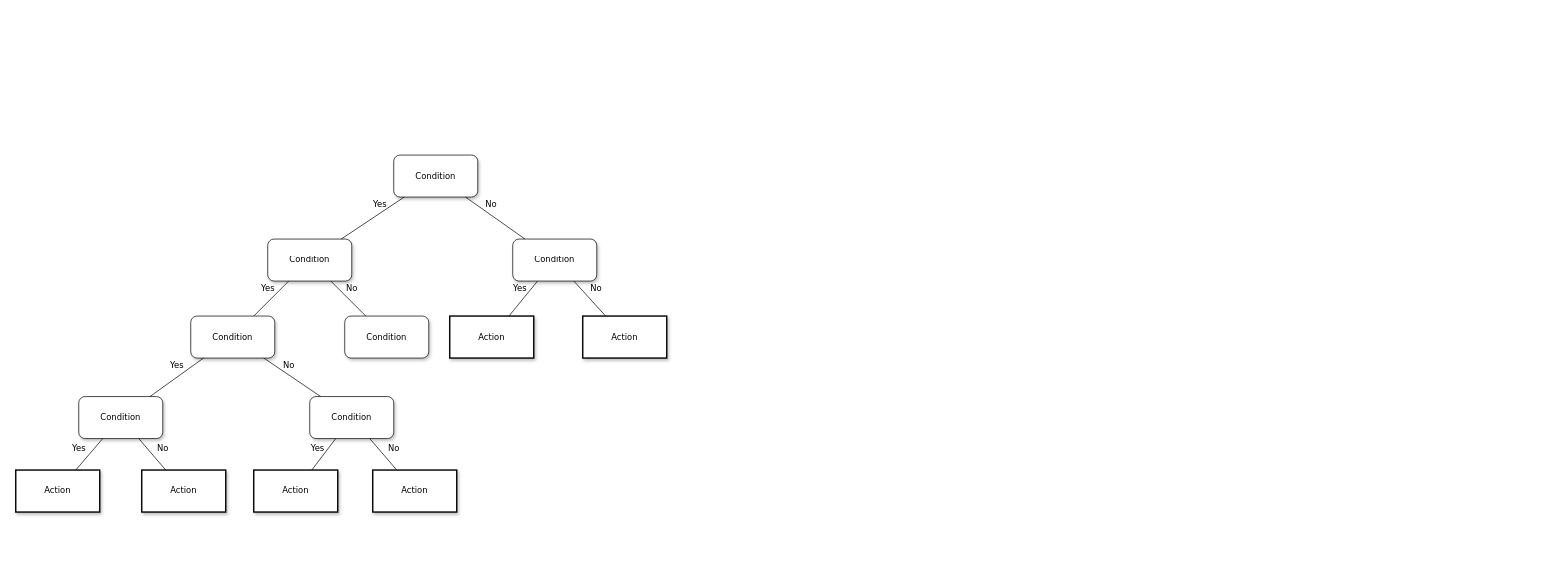
Earlier version of the draw.io diagram 未命名绘图.drawio (gaochuwuhan/algorithm). Source tidied: cells renumbered, new cells numbered last; positions are measured from the earlier drawing's top-left corner, leaving out a move shared by most shapes. Both pictures are drawn from the tidied source at 70%, with x=0, y=0 at pixel (15, 155).
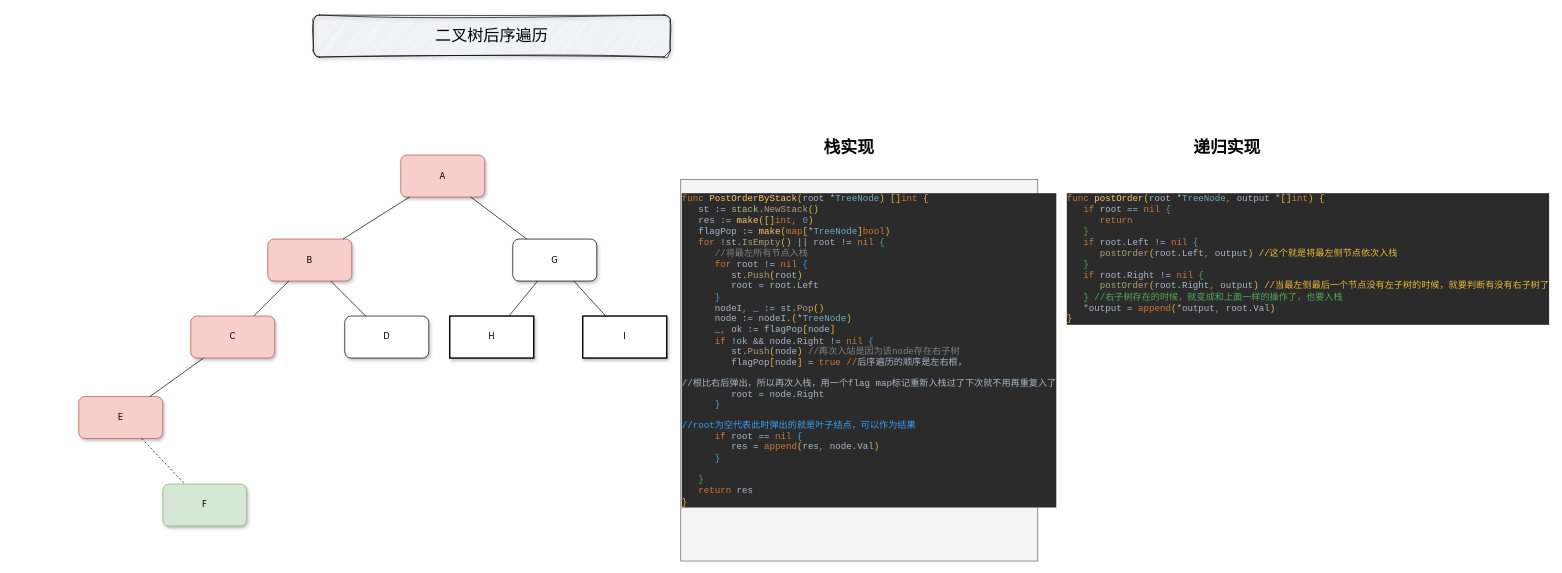
Above is the later version.

Commit message:
更新后序遍历.drawio

Change to the diagram source:
```diff
@@
-    <mxCell id="2" value="Condition" style="whiteSpace=wrap;html=1;rounded=1;shadow=1;labelBackgroundColor=none;strokeWidth=1;fontFamily=Verdana;fontSize=12;align=center;" parent="1" vertex="1">
-      <mxGeometry x="540" width="120" height="60" as="geometry" />
+    <mxCell id="2" value="A" style="whiteSpace=wrap;html=1;rounded=1;shadow=1;labelBackgroundColor=none;strokeWidth=1;fontFamily=Verdana;fontSize=12;align=center;fillColor=#f8cecc;strokeColor=#b85450;" parent="1" vertex="1">
+      <mxGeometry x="550" width="120" height="60" as="geometry" />
     </mxCell>
-    <mxCell id="3" value="&lt;span&gt;Condition&lt;/span&gt;" style="whiteSpace=wrap;html=1;rounded=1;shadow=1;labelBackgroundColor=none;strokeWidth=1;fontFamily=Verdana;fontSize=12;align=center;" parent="1" vertex="1">
+    <mxCell id="3" value="&lt;span&gt;B&lt;/span&gt;" style="whiteSpace=wrap;html=1;rounded=1;shadow=1;labelBackgroundColor=none;strokeWidth=1;fontFamily=Verdana;fontSize=12;align=center;fillColor=#f8cecc;strokeColor=#b85450;" parent="1" vertex="1">
       <mxGeometry x="360" y="120" width="120" height="60" as="geometry" />
     </mxCell>
-    <mxCell id="4" value="&lt;span&gt;Condition&lt;/span&gt;" style="whiteSpace=wrap;html=1;rounded=1;shadow=1;labelBackgroundColor=none;strokeWidth=1;fontFamily=Verdana;fontSize=12;align=center;" parent="1" vertex="1">
+    <mxCell id="4" value="&lt;span&gt;G&lt;/span&gt;" style="whiteSpace=wrap;html=1;rounded=1;shadow=1;labelBackgroundColor=none;strokeWidth=1;fontFamily=Verdana;fontSize=12;align=center;" parent="1" vertex="1">
       <mxGeometry x="710" y="120" width="120" height="60" as="geometry" />
     </mxCell>
-    <mxCell id="5" value="No" style="rounded=0;html=1;labelBackgroundColor=none;startArrow=none;startFill=0;startSize=5;endArrow=none;endFill=0;endSize=5;jettySize=auto;strokeWidth=1;fontFamily=Verdana;fontSize=12;" parent="1" edge="1" source="2" target="4">
+    <mxCell id="5" style="rounded=0;html=1;labelBackgroundColor=none;startArrow=none;startFill=0;startSize=5;endArrow=none;endFill=0;endSize=5;jettySize=auto;strokeWidth=1;fontFamily=Verdana;fontSize=12;" parent="1" edge="1" source="2" target="4">
       <mxGeometry x="-0.3" y="13" relative="1" as="geometry" />
     </mxCell>
-    <mxCell id="6" value="Yes" style="rounded=0;html=1;labelBackgroundColor=none;startArrow=none;startFill=0;startSize=5;endArrow=none;endFill=0;endSize=5;jettySize=auto;strokeWidth=1;fontFamily=Verdana;fontSize=12;" parent="1" edge="1" source="2" target="3">
+    <mxCell id="6" style="rounded=0;html=1;labelBackgroundColor=none;startArrow=none;startFill=0;startSize=5;endArrow=none;endFill=0;endSize=5;jettySize=auto;strokeWidth=1;fontFamily=Verdana;fontSize=12;" parent="1" edge="1" source="2" target="3">
       <mxGeometry x="-0.36" y="-11" relative="1" as="geometry" />
     </mxCell>
-    <mxCell id="7" value="&lt;span&gt;Condition&lt;/span&gt;" style="whiteSpace=wrap;html=1;rounded=1;shadow=1;labelBackgroundColor=none;strokeWidth=1;fontFamily=Verdana;fontSize=12;align=center;" parent="1" vertex="1">
+    <mxCell id="7" value="C" style="whiteSpace=wrap;html=1;rounded=1;shadow=1;labelBackgroundColor=none;strokeWidth=1;fontFamily=Verdana;fontSize=12;align=center;fillColor=#f8cecc;strokeColor=#b85450;" parent="1" vertex="1">
       <mxGeometry x="250" y="230" width="120" height="60" as="geometry" />
     </mxCell>
-    <mxCell id="8" value="&lt;span&gt;Condition&lt;/span&gt;" style="whiteSpace=wrap;html=1;rounded=1;shadow=1;labelBackgroundColor=none;strokeWidth=1;fontFamily=Verdana;fontSize=12;align=center;" parent="1" vertex="1">
+    <mxCell id="8" value="&lt;span&gt;D&lt;/span&gt;" style="whiteSpace=wrap;html=1;rounded=1;shadow=1;labelBackgroundColor=none;strokeWidth=1;fontFamily=Verdana;fontSize=12;align=center;" parent="1" vertex="1">
       <mxGeometry x="470" y="230" width="120" height="60" as="geometry" />
     </mxCell>
-    <mxCell id="9" value="&lt;span&gt;Action&lt;/span&gt;" style="whiteSpace=wrap;html=1;rounded=0;shadow=1;labelBackgroundColor=none;strokeWidth=2;fontFamily=Verdana;fontSize=12;align=center;" parent="1" vertex="1">
+    <mxCell id="9" value="&lt;span&gt;H&lt;/span&gt;" style="whiteSpace=wrap;html=1;rounded=0;shadow=1;labelBackgroundColor=none;strokeWidth=2;fontFamily=Verdana;fontSize=12;align=center;" parent="1" vertex="1">
       <mxGeometry x="620" y="230" width="120" height="60" as="geometry" />
     </mxCell>
-    <mxCell id="10" value="&lt;span&gt;Action&lt;/span&gt;" style="whiteSpace=wrap;html=1;rounded=0;shadow=1;labelBackgroundColor=none;strokeWidth=2;fontFamily=Verdana;fontSize=12;align=center;" parent="1" vertex="1">
+    <mxCell id="10" value="&lt;span&gt;I&lt;/span&gt;" style="whiteSpace=wrap;html=1;rounded=0;shadow=1;labelBackgroundColor=none;strokeWidth=2;fontFamily=Verdana;fontSize=12;align=center;" parent="1" vertex="1">
       <mxGeometry x="810" y="230" width="120" height="60" as="geometry" />
     </mxCell>
-    <mxCell id="11" value="&lt;span&gt;Condition&lt;/span&gt;" style="whiteSpace=wrap;html=1;rounded=1;shadow=1;labelBackgroundColor=none;strokeWidth=1;fontFamily=Verdana;fontSize=12;align=center;" parent="1" vertex="1">
+    <mxCell id="11" value="&lt;span&gt;E&lt;/span&gt;" style="whiteSpace=wrap;html=1;rounded=1;shadow=1;labelBackgroundColor=none;strokeWidth=1;fontFamily=Verdana;fontSize=12;align=center;fillColor=#f8cecc;strokeColor=#b85450;" parent="1" vertex="1">
       <mxGeometry x="90" y="345" width="120" height="60" as="geometry" />
     </mxCell>
-    <mxCell id="12" value="&lt;span&gt;Condition&lt;/span&gt;" style="whiteSpace=wrap;html=1;rounded=1;shadow=1;labelBackgroundColor=none;strokeWidth=1;fontFamily=Verdana;fontSize=12;align=center;" parent="1" vertex="1">
-      <mxGeometry x="420" y="345" width="120" height="60" as="geometry" />
+    <mxCell id="12" value="&lt;span&gt;F&lt;/span&gt;" style="whiteSpace=wrap;html=1;rounded=1;shadow=1;labelBackgroundColor=none;strokeWidth=1;fontFamily=Verdana;fontSize=12;align=center;fillColor=#d5e8d4;strokeColor=#82b366;" parent="1" vertex="1">
+      <mxGeometry x="210" y="470" width="120" height="60" as="geometry" />
     </mxCell>
-    <mxCell id="13" value="Yes" style="rounded=0;html=1;labelBackgroundColor=none;startArrow=none;startFill=0;startSize=5;endArrow=none;endFill=0;endSize=5;jettySize=auto;strokeWidth=1;fontFamily=Verdana;fontSize=12;" parent="1" edge="1" source="3" target="7">
+    <mxCell id="13" style="rounded=0;html=1;labelBackgroundColor=none;startArrow=none;startFill=0;startSize=5;endArrow=none;endFill=0;endSize=5;jettySize=auto;strokeWidth=1;fontFamily=Verdana;fontSize=12;" parent="1" edge="1" source="3" target="7">
       <mxGeometry x="-0.2" y="-14" relative="1" as="geometry" />
     </mxCell>
-    <mxCell id="14" value="No" style="rounded=0;html=1;labelBackgroundColor=none;startArrow=none;startFill=0;startSize=5;endArrow=none;endFill=0;endSize=5;jettySize=auto;strokeWidth=1;fontFamily=Verdana;fontSize=12;" parent="1" edge="1" source="3" target="8">
+    <mxCell id="14" style="rounded=0;html=1;labelBackgroundColor=none;startArrow=none;startFill=0;startSize=5;endArrow=none;endFill=0;endSize=5;jettySize=auto;strokeWidth=1;fontFamily=Verdana;fontSize=12;" parent="1" edge="1" source="3" target="8">
       <mxGeometry x="-0.2" y="14" relative="1" as="geometry" />
     </mxCell>
-    <mxCell id="15" value="Yes" style="rounded=0;html=1;labelBackgroundColor=none;startArrow=none;startFill=0;startSize=5;endArrow=none;endFill=0;endSize=5;jettySize=auto;strokeWidth=1;fontFamily=Verdana;fontSize=12;" parent="1" edge="1" source="4" target="9">
+    <mxCell id="15" style="rounded=0;html=1;labelBackgroundColor=none;startArrow=none;startFill=0;startSize=5;endArrow=none;endFill=0;endSize=5;jettySize=auto;strokeWidth=1;fontFamily=Verdana;fontSize=12;" parent="1" edge="1" source="4" target="9">
       <mxGeometry x="-0.26" y="-13" relative="1" as="geometry" />
     </mxCell>
-    <mxCell id="16" value="No" style="rounded=0;html=1;labelBackgroundColor=none;startArrow=none;startFill=0;startSize=5;endArrow=none;endFill=0;endSize=5;jettySize=auto;strokeWidth=1;fontFamily=Verdana;fontSize=12;" parent="1" edge="1" source="4" target="10">
+    <mxCell id="16" style="rounded=0;html=1;labelBackgroundColor=none;startArrow=none;startFill=0;startSize=5;endArrow=none;endFill=0;endSize=5;jettySize=auto;strokeWidth=1;fontFamily=Verdana;fontSize=12;" parent="1" edge="1" source="4" target="10">
       <mxGeometry x="-0.13" y="17" relative="1" as="geometry" />
     </mxCell>
-    <mxCell id="17" value="Yes" style="rounded=0;html=1;labelBackgroundColor=none;startArrow=none;startFill=0;startSize=5;endArrow=none;endFill=0;endSize=5;jettySize=auto;strokeWidth=1;fontFamily=Verdana;fontSize=12;" parent="1" edge="1" source="7" target="11">
+    <mxCell id="17" style="rounded=0;html=1;labelBackgroundColor=none;startArrow=none;startFill=0;startSize=5;endArrow=none;endFill=0;endSize=5;jettySize=auto;strokeWidth=1;fontFamily=Verdana;fontSize=12;" parent="1" edge="1" source="7" target="11">
       <mxGeometry x="-0.22" y="-14" relative="1" as="geometry" />
     </mxCell>
-    <mxCell id="18" value="No" style="rounded=0;html=1;labelBackgroundColor=none;startArrow=none;startFill=0;startSize=5;endArrow=none;endFill=0;endSize=5;jettySize=auto;strokeWidth=1;fontFamily=Verdana;fontSize=12;" parent="1" edge="1" source="7" target="12">
+    <mxCell id="18" style="rounded=0;html=1;labelBackgroundColor=none;startArrow=none;startFill=0;startSize=5;endArrow=none;endFill=0;endSize=5;jettySize=auto;strokeWidth=1;fontFamily=Verdana;fontSize=12;exitX=0.75;exitY=1;exitDx=0;exitDy=0;dashed=1;" parent="1" edge="1" source="11" target="12">
       <mxGeometry x="-0.28" y="12" relative="1" as="geometry" />
     </mxCell>
-    <mxCell id="19" value="Action" style="whiteSpace=wrap;html=1;rounded=0;shadow=1;labelBackgroundColor=none;strokeWidth=2;fontFamily=Verdana;fontSize=12;align=center;" parent="1" vertex="1">
-      <mxGeometry y="450" width="120" height="60" as="geometry" />
-    </mxCell>
-    <mxCell id="20" value="&lt;span&gt;Action&lt;/span&gt;" style="whiteSpace=wrap;html=1;rounded=0;shadow=1;labelBackgroundColor=none;strokeWidth=2;fontFamily=Verdana;fontSize=12;align=center;" parent="1" vertex="1">
-      <mxGeometry x="180" y="450" width="120" height="60" as="geometry" />
-    </mxCell>
-    <mxCell id="21" value="&lt;span&gt;Action&lt;/span&gt;" style="whiteSpace=wrap;html=1;rounded=0;shadow=1;labelBackgroundColor=none;strokeWidth=2;fontFamily=Verdana;fontSize=12;align=center;" parent="1" vertex="1">
-      <mxGeometry x="340" y="450" width="120" height="60" as="geometry" />
-    </mxCell>
-    <mxCell id="22" value="&lt;span&gt;Action&lt;/span&gt;" style="whiteSpace=wrap;html=1;rounded=0;shadow=1;labelBackgroundColor=none;strokeWidth=2;fontFamily=Verdana;fontSize=12;align=center;" parent="1" vertex="1">
-      <mxGeometry x="510" y="450" width="120" height="60" as="geometry" />
-    </mxCell>
-    <mxCell id="23" value="Yes" style="rounded=0;html=1;labelBackgroundColor=none;startArrow=none;startFill=0;startSize=5;endArrow=none;endFill=0;endSize=5;jettySize=auto;strokeWidth=1;fontFamily=Verdana;fontSize=12;" parent="1" edge="1" source="11" target="19">
-      <mxGeometry x="0.14" y="-16" relative="1" as="geometry" />
-    </mxCell>
-    <mxCell id="24" value="No" style="rounded=0;html=1;labelBackgroundColor=none;startArrow=none;startFill=0;startSize=5;endArrow=none;endFill=0;endSize=5;jettySize=auto;strokeWidth=1;fontFamily=Verdana;fontSize=12;" parent="1" edge="1" source="11" target="20">
-      <mxGeometry x="0.14" y="16" relative="1" as="geometry" />
-    </mxCell>
-    <mxCell id="25" value="Yes" style="rounded=0;html=1;labelBackgroundColor=none;startArrow=none;startFill=0;startSize=5;endArrow=none;endFill=0;endSize=5;jettySize=auto;strokeWidth=1;fontFamily=Verdana;fontSize=12;" parent="1" edge="1" source="12" target="21">
-      <mxGeometry y="-12" relative="1" as="geometry" />
-    </mxCell>
-    <mxCell id="26" value="No" style="rounded=0;html=1;labelBackgroundColor=none;startArrow=none;startFill=0;startSize=5;endArrow=none;endFill=0;endSize=5;jettySize=auto;strokeWidth=1;fontFamily=Verdana;fontSize=12;" parent="1" edge="1" source="12" target="22">
-      <mxGeometry x="0.14" y="16" relative="1" as="geometry" />
-    </mxCell>
+    <mxCell id="27" value="&lt;pre style=&quot;background-color:#2b2b2b;color:#a9b7c6;font-family:'JetBrains Mono',monospace;font-size:9.8pt;&quot;&gt;&lt;pre style=&quot;font-family: &amp;quot;JetBrains Mono&amp;quot;, monospace; font-size: 9.8pt;&quot;&gt;&lt;span style=&quot;color:#cc7832;&quot;&gt;func &lt;/span&gt;&lt;span style=&quot;color:#ffc66d;&quot;&gt;PostOrderByStack&lt;/span&gt;&lt;span style=&quot;color:#e8ba36;&quot;&gt;(&lt;/span&gt;root *&lt;span style=&quot;color:#6fafbd;&quot;&gt;TreeNode&lt;/span&gt;&lt;span style=&quot;color:#e8ba36;&quot;&gt;) []&lt;/span&gt;&lt;span style=&quot;color:#cc7832;&quot;&gt;int &lt;/span&gt;&lt;span style=&quot;color:#e8ba36;&quot;&gt;{&lt;br&gt;&lt;/span&gt;&lt;span style=&quot;color:#e8ba36;&quot;&gt;   &lt;/span&gt;st := &lt;span style=&quot;color:#afbf7e;&quot;&gt;stack&lt;/span&gt;.&lt;span style=&quot;color:#b09d79;&quot;&gt;NewStack&lt;/span&gt;&lt;span style=&quot;color:#e8ba36;&quot;&gt;()&lt;br&gt;&lt;/span&gt;&lt;span style=&quot;color:#e8ba36;&quot;&gt;   &lt;/span&gt;res := &lt;span style=&quot;color:#ffc66d;&quot;&gt;make&lt;/span&gt;&lt;span style=&quot;color:#e8ba36;&quot;&gt;([]&lt;/span&gt;&lt;span style=&quot;color:#cc7832;&quot;&gt;int, &lt;/span&gt;&lt;span style=&quot;color:#6897bb;&quot;&gt;0&lt;/span&gt;&lt;span style=&quot;color:#e8ba36;&quot;&gt;)&lt;br&gt;&lt;/span&gt;&lt;span style=&quot;color:#e8ba36;&quot;&gt;   &lt;/span&gt;flagPop := &lt;span style=&quot;color:#ffc66d;&quot;&gt;make&lt;/span&gt;&lt;span style=&quot;color:#e8ba36;&quot;&gt;(&lt;/span&gt;&lt;span style=&quot;color:#cc7832;&quot;&gt;map&lt;/span&gt;&lt;span style=&quot;color:#e8ba36;&quot;&gt;[&lt;/span&gt;*&lt;span style=&quot;color:#6fafbd;&quot;&gt;TreeNode&lt;/span&gt;&lt;span style=&quot;color:#e8ba36;&quot;&gt;]&lt;/span&gt;&lt;span style=&quot;color:#cc7832;&quot;&gt;bool&lt;/span&gt;&lt;span style=&quot;color:#e8ba36;&quot;&gt;)&lt;br&gt;&lt;/span&gt;&lt;span style=&quot;color:#e8ba36;&quot;&gt;   &lt;/span&gt;&lt;span style=&quot;color:#cc7832;&quot;&gt;for &lt;/span&gt;!st.&lt;span style=&quot;color:#b09d79;&quot;&gt;IsEmpty&lt;/span&gt;&lt;span style=&quot;color:#e8ba36;&quot;&gt;() &lt;/span&gt;|| root != &lt;span style=&quot;color:#cc7832;&quot;&gt;nil &lt;/span&gt;&lt;span style=&quot;color:#54a857;&quot;&gt;{&lt;br&gt;&lt;/span&gt;&lt;span style=&quot;color:#54a857;&quot;&gt;      &lt;/span&gt;&lt;span style=&quot;color:#808080;&quot;&gt;//&lt;/span&gt;&lt;span style=&quot;color:#808080;font-family:'Menlo-Regular',monospace;&quot;&gt;将最左所有节点入栈&lt;br&gt;&lt;/span&gt;&lt;span style=&quot;color:#808080;font-family:'Menlo-Regular',monospace;&quot;&gt;      &lt;/span&gt;&lt;span style=&quot;color:#cc7832;&quot;&gt;for &lt;/span&gt;root != &lt;span style=&quot;color:#cc7832;&quot;&gt;nil &lt;/span&gt;&lt;span style=&quot;color:#359ff4;&quot;&gt;{&lt;br&gt;&lt;/span&gt;&lt;span style=&quot;color:#359ff4;&quot;&gt;         &lt;/span&gt;st.&lt;span style=&quot;color:#b09d79;&quot;&gt;Push&lt;/span&gt;&lt;span style=&quot;color:#e8ba36;&quot;&gt;(&lt;/span&gt;root&lt;span style=&quot;color:#e8ba36;&quot;&gt;)&lt;br&gt;&lt;/span&gt;&lt;span style=&quot;color:#e8ba36;&quot;&gt;         &lt;/span&gt;root = root.Left&lt;br&gt;      &lt;span style=&quot;color:#359ff4;&quot;&gt;}&lt;br&gt;&lt;/span&gt;&lt;span style=&quot;color:#359ff4;&quot;&gt;      &lt;/span&gt;nodeI&lt;span style=&quot;color:#cc7832;&quot;&gt;, &lt;/span&gt;_ := st.&lt;span style=&quot;color:#b09d79;&quot;&gt;Pop&lt;/span&gt;&lt;span style=&quot;color:#e8ba36;&quot;&gt;()&lt;br&gt;&lt;/span&gt;&lt;span style=&quot;color:#e8ba36;&quot;&gt;      &lt;/span&gt;node := nodeI.&lt;span style=&quot;color:#e8ba36;&quot;&gt;(&lt;/span&gt;*&lt;span style=&quot;color:#6fafbd;&quot;&gt;TreeNode&lt;/span&gt;&lt;span style=&quot;color:#e8ba36;&quot;&gt;)&lt;br&gt;&lt;/span&gt;&lt;span style=&quot;color:#e8ba36;&quot;&gt;      &lt;/span&gt;_&lt;span style=&quot;color:#cc7832;&quot;&gt;, &lt;/span&gt;ok := flagPop&lt;span style=&quot;color:#e8ba36;&quot;&gt;[&lt;/span&gt;node&lt;span style=&quot;color:#e8ba36;&quot;&gt;]&lt;br&gt;&lt;/span&gt;&lt;span style=&quot;color:#e8ba36;&quot;&gt;      &lt;/span&gt;&lt;span style=&quot;color:#cc7832;&quot;&gt;if &lt;/span&gt;!ok &amp;amp;&amp;amp; node.Right != &lt;span style=&quot;color:#cc7832;&quot;&gt;nil &lt;/span&gt;&lt;span style=&quot;color:#359ff4;&quot;&gt;{&lt;/span&gt;&lt;span style=&quot;color:#808080;font-family:'Menlo-Regular',monospace;&quot;&gt;&lt;br&gt;&lt;/span&gt;&lt;span style=&quot;color:#808080;font-family:'Menlo-Regular',monospace;&quot;&gt;         &lt;/span&gt;st.&lt;span style=&quot;color:#b09d79;&quot;&gt;Push&lt;/span&gt;&lt;span style=&quot;color:#e8ba36;&quot;&gt;(&lt;/span&gt;node&lt;span style=&quot;color:#e8ba36;&quot;&gt;) &lt;/span&gt;&lt;span style=&quot;color:#808080;&quot;&gt;//&lt;/span&gt;&lt;span style=&quot;color:#808080;font-family:'Menlo-Regular',monospace;&quot;&gt;再次入站是因为该node存在右子树&lt;br&gt;&lt;/span&gt;&lt;span style=&quot;color:#808080;font-family:'Menlo-Regular',monospace;&quot;&gt;         &lt;/span&gt;flagPop&lt;span style=&quot;color:#e8ba36;&quot;&gt;[&lt;/span&gt;node&lt;span style=&quot;color:#e8ba36;&quot;&gt;] &lt;/span&gt;= &lt;span style=&quot;color:#cc7832;&quot;&gt;true //&lt;/span&gt;后序遍历的顺序是左右根，&lt;/pre&gt;&lt;pre style=&quot;font-family: &amp;quot;JetBrains Mono&amp;quot;, monospace; font-size: 9.8pt;&quot;&gt;//根比右后弹出，所以再次入栈，用一个flag map标记重新入栈过了下次就不用再重复入了&lt;span style=&quot;color:#cc7832;&quot;&gt;&lt;br&gt;&lt;/span&gt;&lt;span style=&quot;color:#cc7832;&quot;&gt;         &lt;/span&gt;root = node.Right&lt;br&gt;      &lt;span style=&quot;color:#359ff4;&quot;&gt;}&lt;/span&gt;&lt;/pre&gt;&lt;pre style=&quot;font-family: &amp;quot;JetBrains Mono&amp;quot;, monospace; font-size: 9.8pt;&quot;&gt;&lt;span style=&quot;color:#359ff4;&quot;&gt;//root为空代表此时弹出的就是叶子结点，可以作为结果&lt;br&gt;&lt;/span&gt;&lt;span style=&quot;color:#359ff4;&quot;&gt;      &lt;/span&gt;&lt;span style=&quot;color:#cc7832;&quot;&gt;if &lt;/span&gt;root == &lt;span style=&quot;color:#cc7832;&quot;&gt;nil &lt;/span&gt;&lt;span style=&quot;color:#359ff4;&quot;&gt;{&lt;br&gt;&lt;/span&gt;&lt;span style=&quot;color:#359ff4;&quot;&gt;         &lt;/span&gt;res = &lt;span style=&quot;color:#cc7832;&quot;&gt;append&lt;/span&gt;&lt;span style=&quot;color:#e8ba36;&quot;&gt;(&lt;/span&gt;res&lt;span style=&quot;color:#cc7832;&quot;&gt;, &lt;/span&gt;node.Val&lt;span style=&quot;color:#e8ba36;&quot;&gt;)&lt;br&gt;&lt;/span&gt;&lt;span style=&quot;color:#e8ba36;&quot;&gt;      &lt;/span&gt;&lt;span style=&quot;color:#359ff4;&quot;&gt;}&lt;br&gt;&lt;/span&gt;&lt;span style=&quot;color:#359ff4;&quot;&gt;&lt;br&gt;&lt;/span&gt;&lt;span style=&quot;color:#359ff4;&quot;&gt;   &lt;/span&gt;&lt;span style=&quot;color:#54a857;&quot;&gt;}&lt;br&gt;&lt;/span&gt;&lt;span style=&quot;color:#54a857;&quot;&gt;   &lt;/span&gt;&lt;span style=&quot;color:#cc7832;&quot;&gt;return &lt;/span&gt;res&lt;br&gt;&lt;span style=&quot;color:#e8ba36;&quot;&gt;}&lt;br&gt;&lt;/span&gt;&lt;/pre&gt;&lt;/pre&gt;" style="text;whiteSpace=wrap;html=1;fillColor=#f5f5f5;fontColor=#333333;strokeColor=#666666;" parent="1" vertex="1">
+      <mxGeometry x="950" y="35" width="510" height="545" as="geometry" />
+    </mxCell>
+    <mxCell id="28" value="&lt;pre style=&quot;background-color:#2b2b2b;color:#a9b7c6;font-family:'JetBrains Mono',monospace;font-size:9.8pt;&quot;&gt;&lt;span style=&quot;color:#cc7832;&quot;&gt;func &lt;/span&gt;&lt;span style=&quot;color:#ffc66d;&quot;&gt;postOrder&lt;/span&gt;&lt;span style=&quot;color:#e8ba36;&quot;&gt;(&lt;/span&gt;root *&lt;span style=&quot;color:#6fafbd;&quot;&gt;TreeNode&lt;/span&gt;&lt;span style=&quot;color:#cc7832;&quot;&gt;, &lt;/span&gt;output *&lt;span style=&quot;color:#e8ba36;&quot;&gt;[]&lt;/span&gt;&lt;span style=&quot;color:#cc7832;&quot;&gt;int&lt;/span&gt;&lt;span style=&quot;color:#e8ba36;&quot;&gt;) {&lt;br&gt;&lt;/span&gt;&lt;span style=&quot;color:#e8ba36;&quot;&gt;   &lt;/span&gt;&lt;span style=&quot;color:#cc7832;&quot;&gt;if &lt;/span&gt;root == &lt;span style=&quot;color:#cc7832;&quot;&gt;nil &lt;/span&gt;&lt;span style=&quot;color:#54a857;&quot;&gt;{&lt;br&gt;&lt;/span&gt;&lt;span style=&quot;color:#54a857;&quot;&gt;      &lt;/span&gt;&lt;span style=&quot;color:#cc7832;&quot;&gt;return&lt;br&gt;&lt;/span&gt;&lt;span style=&quot;color:#cc7832;&quot;&gt;   &lt;/span&gt;&lt;span style=&quot;color:#54a857;&quot;&gt;}&lt;br&gt;&lt;/span&gt;&lt;span style=&quot;color:#54a857;&quot;&gt;   &lt;/span&gt;&lt;span style=&quot;color:#cc7832;&quot;&gt;if &lt;/span&gt;root.Left != &lt;span style=&quot;color:#cc7832;&quot;&gt;nil &lt;/span&gt;&lt;span style=&quot;color:#54a857;&quot;&gt;{&lt;br&gt;&lt;/span&gt;&lt;span style=&quot;color:#54a857;&quot;&gt;      &lt;/span&gt;&lt;span style=&quot;color:#b09d79;&quot;&gt;postOrder&lt;/span&gt;&lt;span style=&quot;color:#e8ba36;&quot;&gt;(&lt;/span&gt;root.Left&lt;span style=&quot;color:#cc7832;&quot;&gt;, &lt;/span&gt;output&lt;span style=&quot;color:#e8ba36;&quot;&gt;) //这个就是将最左侧节点依次入栈&lt;br&gt;&lt;/span&gt;&lt;span style=&quot;color:#e8ba36;&quot;&gt;   &lt;/span&gt;&lt;span style=&quot;color:#54a857;&quot;&gt;}&lt;br&gt;&lt;/span&gt;&lt;span style=&quot;color:#54a857;&quot;&gt;   &lt;/span&gt;&lt;span style=&quot;color:#cc7832;&quot;&gt;if &lt;/span&gt;root.Right != &lt;span style=&quot;color:#cc7832;&quot;&gt;nil &lt;/span&gt;&lt;span style=&quot;color:#54a857;&quot;&gt;{&lt;br&gt;&lt;/span&gt;&lt;span style=&quot;color:#54a857;&quot;&gt;      &lt;/span&gt;&lt;span style=&quot;color:#b09d79;&quot;&gt;postOrder&lt;/span&gt;&lt;span style=&quot;color:#e8ba36;&quot;&gt;(&lt;/span&gt;root.Right&lt;span style=&quot;color:#cc7832;&quot;&gt;, &lt;/span&gt;output&lt;span style=&quot;color:#e8ba36;&quot;&gt;) //当最左侧最后一个节点没有左子树的时候，就要判断有没有右子树了&lt;br&gt;&lt;/span&gt;&lt;span style=&quot;color:#e8ba36;&quot;&gt;   &lt;/span&gt;&lt;span style=&quot;color:#54a857;&quot;&gt;} //右子树存在的时候，就变成和上面一样的操作了，也要入栈&lt;br&gt;&lt;/span&gt;&lt;span style=&quot;color:#54a857;&quot;&gt;   &lt;/span&gt;*output = &lt;span style=&quot;color:#cc7832;&quot;&gt;append&lt;/span&gt;&lt;span style=&quot;color:#e8ba36;&quot;&gt;(&lt;/span&gt;*output&lt;span style=&quot;color:#cc7832;&quot;&gt;, &lt;/span&gt;root.Val&lt;span style=&quot;color:#e8ba36;&quot;&gt;) &lt;br&gt;&lt;/span&gt;&lt;span style=&quot;color:#e8ba36;&quot;&gt;}&lt;/span&gt;&lt;/pre&gt;" style="text;whiteSpace=wrap;html=1;" parent="1" vertex="1">
+      <mxGeometry x="1500" y="35" width="690" height="240" as="geometry" />
+    </mxCell>
+    <mxCell id="29" value="递归实现" style="text;strokeColor=none;fillColor=none;html=1;fontSize=24;fontStyle=1;verticalAlign=middle;align=center;" parent="1" vertex="1">
+      <mxGeometry x="1680" y="-30" width="100" height="40" as="geometry" />
+    </mxCell>
+    <mxCell id="30" value="栈实现" style="text;strokeColor=none;fillColor=none;html=1;fontSize=24;fontStyle=1;verticalAlign=middle;align=center;" parent="1" vertex="1">
+      <mxGeometry x="1140" y="-30" width="100" height="40" as="geometry" />
+    </mxCell>
+    <mxCell id="31" value="&lt;font style=&quot;font-size: 23px;&quot;&gt;二叉树后序遍历&lt;/font&gt;" style="rounded=1;whiteSpace=wrap;html=1;fillColor=#dae8fc;strokeColor=default;gradientColor=none;shadow=1;sketch=1;curveFitting=1;jiggle=2;" parent="1" vertex="1">
+      <mxGeometry x="425" y="-200" width="510" height="60" as="geometry" />
+    </mxCell>
```
